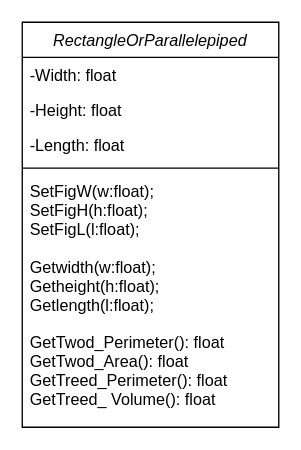
The draw.io diagram figure/FIGUER.drawio in Aceyoi/Class-Figure, before the edit. Source tidied: cells renumbered, new cells numbered last; positions are measured from the earlier drawing's top-left corner, leaving out a move shared by most shapes. Both pictures are drawn from the tidied source at 135%, with x=0, y=0 at pixel (22, 22).
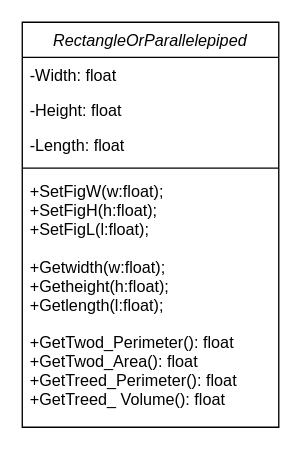
The same diagram, later.

Change to the diagram source:
```diff
@@
 <mxGraphModel>
   <root>
     <mxCell id="0" />
     <mxCell id="1" parent="0" />
     <mxCell id="2" value="RectangleOrParallelepiped" style="swimlane;fontStyle=2;align=center;verticalAlign=top;horizontal=1;startSize=26;rounded=0;shadow=0;strokeWidth=1;" parent="1" vertex="1">
       <mxGeometry width="190" height="300" as="geometry" />
     </mxCell>
     <mxCell id="3" value="-Width: float" style="text;align=left;verticalAlign=top;spacingLeft=4;spacingRight=4;overflow=hidden;" parent="2" vertex="1">
       <mxGeometry y="26" width="190" height="26" as="geometry" />
     </mxCell>
     <mxCell id="4" value="-Height: float" style="text;align=left;verticalAlign=top;spacingLeft=4;spacingRight=4;overflow=hidden;rounded=0;shadow=0;html=0;" parent="2" vertex="1">
       <mxGeometry y="52" width="190" height="26" as="geometry" />
     </mxCell>
     <mxCell id="5" value="-Length: float" style="text;align=left;verticalAlign=top;spacingLeft=4;spacingRight=4;overflow=hidden;rounded=0;shadow=0;html=0;" parent="2" vertex="1">
       <mxGeometry y="78" width="190" height="26" as="geometry" />
     </mxCell>
     <mxCell id="6" style="line;html=1;strokeWidth=1;align=left;verticalAlign=middle;spacingTop=-1;spacingLeft=3;spacingRight=3;labelPosition=right;" parent="2" vertex="1">
       <mxGeometry y="104" width="190" height="8" as="geometry" />
     </mxCell>
-    <mxCell id="7" value="SetFigW(w:float);&#10;SetFigH(h:float);&#10;SetFigL(l:float);&#10;&#10;Getwidth(w:float);&#10;Getheight(h:float);&#10;Getlength(l:float);&#10;&#10;GetTwod_Perimeter(): float&#10;GetTwod_Area(): float&#10;GetTreed_Perimeter(): float&#10;GetTreed_ Volume(): float" style="text;align=left;verticalAlign=top;spacingLeft=4;spacingRight=4;overflow=hidden;" parent="2" vertex="1">
+    <mxCell id="7" value="+SetFigW(w:float);&#10;+SetFigH(h:float);&#10;+SetFigL(l:float);&#10;&#10;+Getwidth(w:float);&#10;+Getheight(h:float);&#10;+Getlength(l:float);&#10;&#10;+GetTwod_Perimeter(): float&#10;+GetTwod_Area(): float&#10;+GetTreed_Perimeter(): float&#10;+GetTreed_ Volume(): float" style="text;align=left;verticalAlign=top;spacingLeft=4;spacingRight=4;overflow=hidden;" parent="2" vertex="1">
       <mxGeometry y="112" width="190" height="178" as="geometry" />
     </mxCell>
   </root>
 </mxGraphModel>
```
